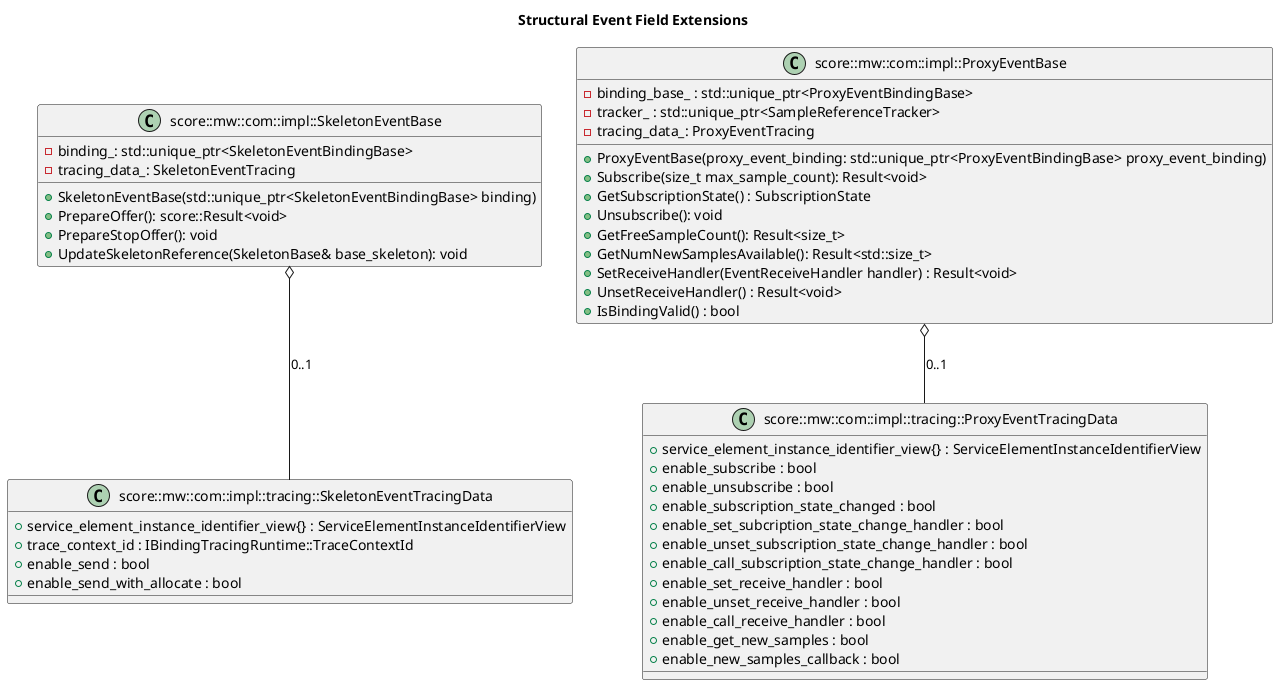
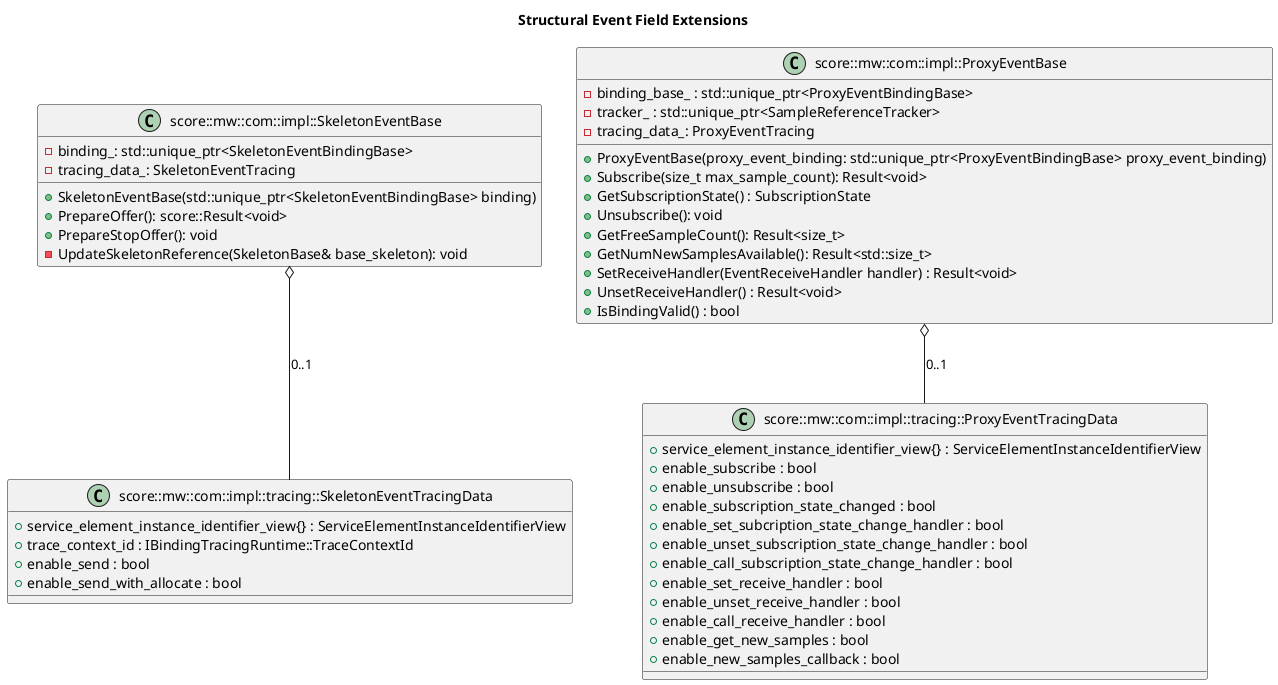
@startuml structural_event_field_extensions
title "Structural Event Field Extensions"

class "score::mw::com::impl::tracing::SkeletonEventTracingData" {
  +service_element_instance_identifier_view{} : ServiceElementInstanceIdentifierView
  +trace_context_id : IBindingTracingRuntime::TraceContextId
  +enable_send : bool
  +enable_send_with_allocate : bool
}

class "score::mw::com::impl::tracing::ProxyEventTracingData" {
  +service_element_instance_identifier_view{} : ServiceElementInstanceIdentifierView
  +enable_subscribe : bool
  +enable_unsubscribe : bool
  +enable_subscription_state_changed : bool
  +enable_set_subcription_state_change_handler : bool
  +enable_unset_subscription_state_change_handler : bool
  +enable_call_subscription_state_change_handler : bool
  +enable_set_receive_handler : bool
  +enable_unset_receive_handler : bool
  +enable_call_receive_handler : bool
  +enable_get_new_samples : bool
  +enable_new_samples_callback : bool
}

class "score::mw::com::impl::SkeletonEventBase" {
  +SkeletonEventBase(std::unique_ptr<SkeletonEventBindingBase> binding)
  +PrepareOffer(): score::Result<void>
  +PrepareStopOffer(): void
-   +UpdateSkeletonReference(SkeletonBase& base_skeleton): void
+   -UpdateSkeletonReference(SkeletonBase& base_skeleton): void
  -binding_: std::unique_ptr<SkeletonEventBindingBase>
  -tracing_data_: SkeletonEventTracing
}

class "score::mw::com::impl::ProxyEventBase" {
  +ProxyEventBase(proxy_event_binding: std::unique_ptr<ProxyEventBindingBase> proxy_event_binding)
  +Subscribe(size_t max_sample_count): Result<void>
  +GetSubscriptionState() : SubscriptionState
  +Unsubscribe(): void
  +GetFreeSampleCount(): Result<size_t>
  +GetNumNewSamplesAvailable(): Result<std::size_t>
  +SetReceiveHandler(EventReceiveHandler handler) : Result<void>
  +UnsetReceiveHandler() : Result<void>
  +IsBindingValid() : bool
  -binding_base_ : std::unique_ptr<ProxyEventBindingBase>
  -tracker_ : std::unique_ptr<SampleReferenceTracker>
  -tracing_data_: ProxyEventTracing
}

"score::mw::com::impl::SkeletonEventBase" o-- "score::mw::com::impl::tracing::SkeletonEventTracingData" : 0..1
"score::mw::com::impl::ProxyEventBase" o-- "score::mw::com::impl::tracing::ProxyEventTracingData" : 0..1

@enduml
